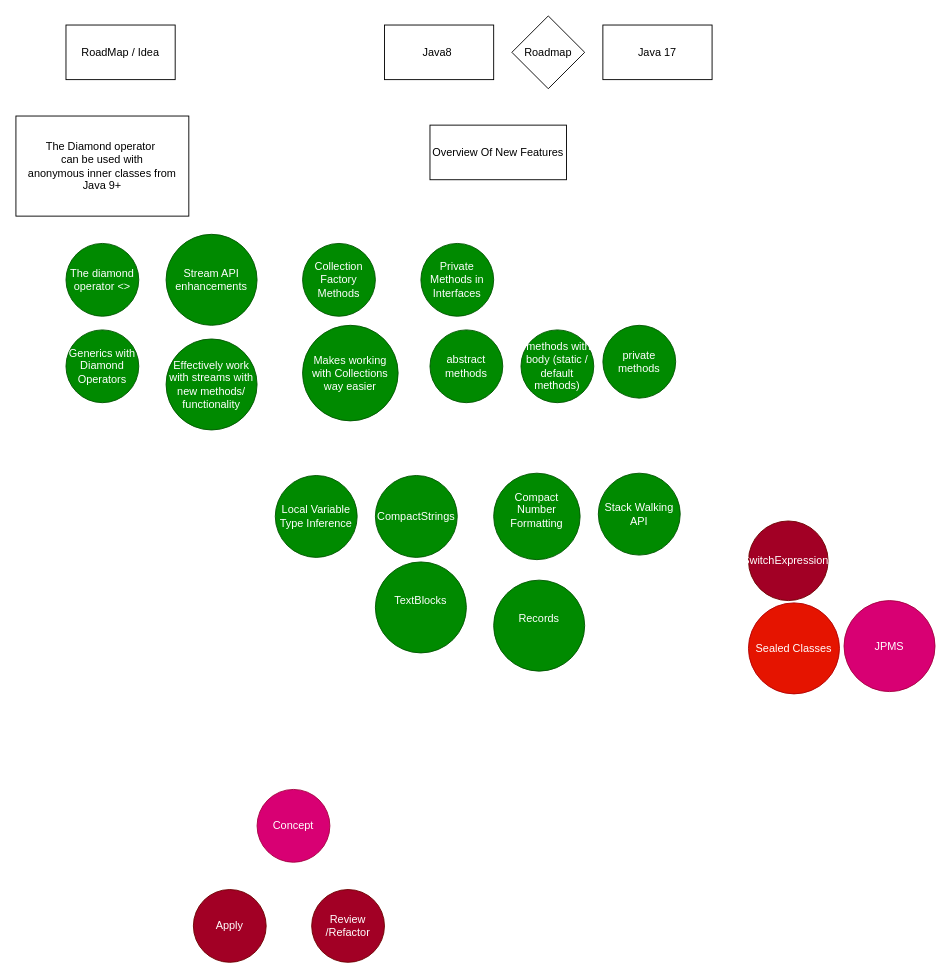
This is page "Top New Features That I can Explore" (2 of 15) of Diagrams/New Features Java.drawio from THRGLO02MAY2025GIT-HUB/THRGLO02MAY2025GIT-REPO, a draw.io file, before an edit. Source tidied: cells renumbered, new cells numbered last; positions are measured from the earlier drawing's top-left corner, leaving out a move shared by most shapes. Both pictures are drawn from the tidied source at 91%, with x=0, y=0 at pixel (15, 15).
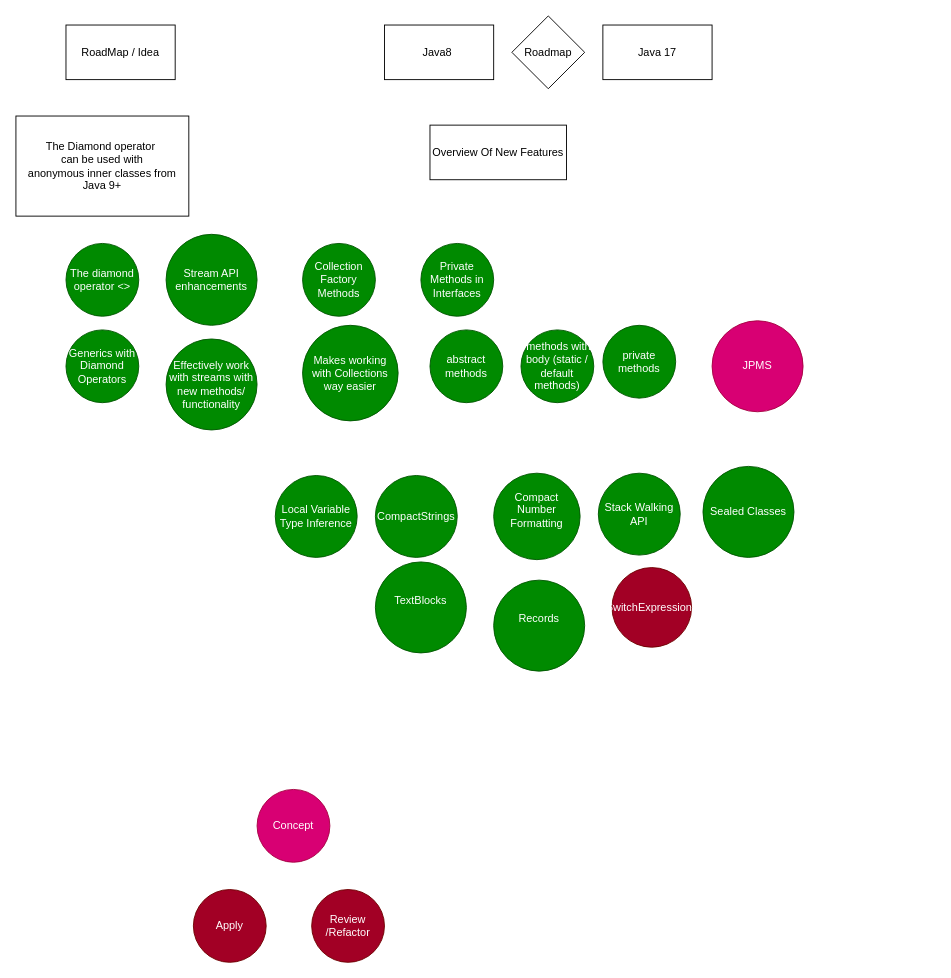
The same diagram, later.

Diff of the diagram source:
```diff
@@
     <mxCell id="11" value="SwitchExpressions" style="ellipse;whiteSpace=wrap;html=1;fillColor=#a20025;fontColor=#ffffff;strokeColor=#6F0000;" parent="1" vertex="1">
-      <mxGeometry x="805" y="555" width="87.5" height="87.5" as="geometry" />
+      <mxGeometry x="655" y="606.2" width="87.5" height="87.5" as="geometry" />
     </mxCell>
@@
-    <mxCell id="15" value="&lt;div&gt;Sealed Classes&lt;/div&gt;" style="ellipse;whiteSpace=wrap;html=1;fillColor=#e51400;fontColor=#ffffff;strokeColor=#B20000;" parent="1" vertex="1">
-      <mxGeometry x="805" y="645" width="100" height="100" as="geometry" />
+    <mxCell id="15" value="&lt;div&gt;Sealed Classes&lt;/div&gt;" style="ellipse;whiteSpace=wrap;html=1;fillColor=#008a00;fontColor=#ffffff;strokeColor=#005700;" parent="1" vertex="1">
+      <mxGeometry x="755" y="495" width="100" height="100" as="geometry" />
     </mxCell>
     <mxCell id="16" value="&lt;div&gt;JPMS&lt;/div&gt;" style="ellipse;whiteSpace=wrap;html=1;fillColor=#d80073;fontColor=#ffffff;strokeColor=#A50040;" parent="1" vertex="1">
-      <mxGeometry x="910" y="642.5" width="100" height="100" as="geometry" />
+      <mxGeometry x="765" y="335" width="100" height="100" as="geometry" />
     </mxCell>
```
